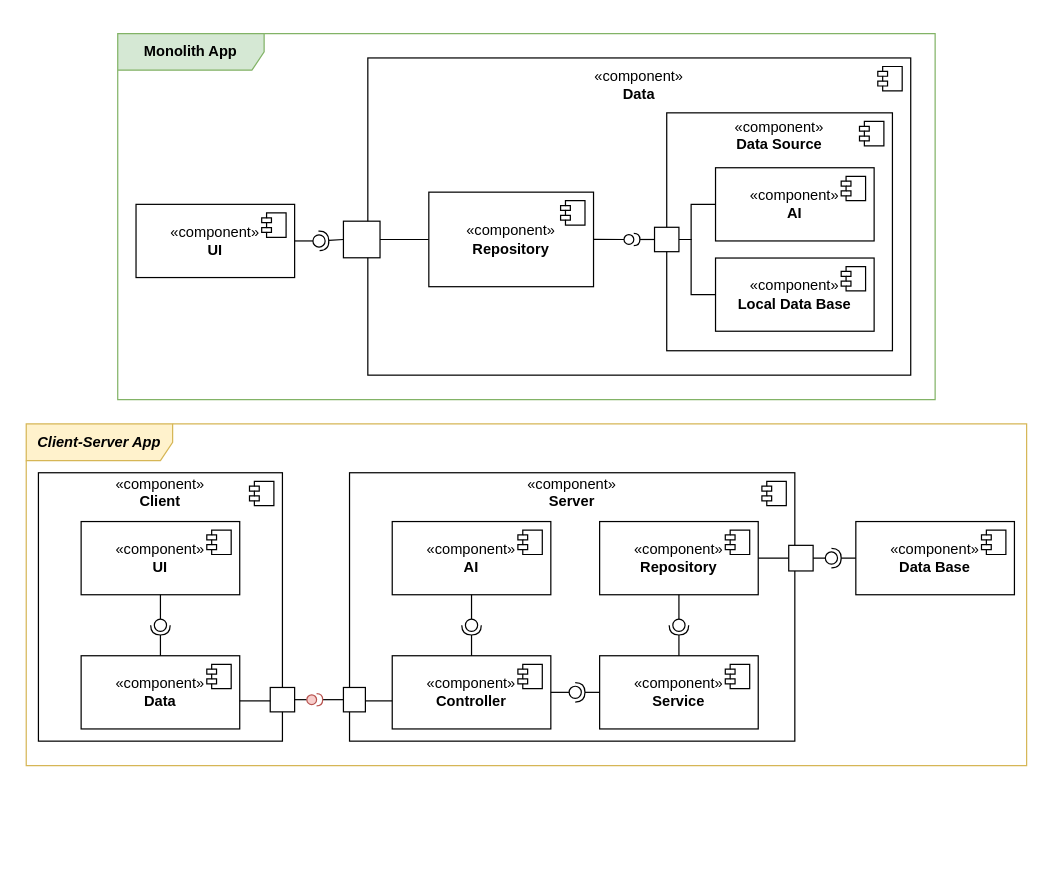
The draw.io diagram src/diagrams/system-type.drawio in AlexForLinux/ai-sstu-2025, before the edit. Source tidied: cells renumbered, new cells numbered last; positions are measured from the earlier drawing's top-left corner, leaving out a move shared by most shapes. Both pictures are drawn from the tidied source at 122%, with x=0, y=0 at pixel (26, 33).
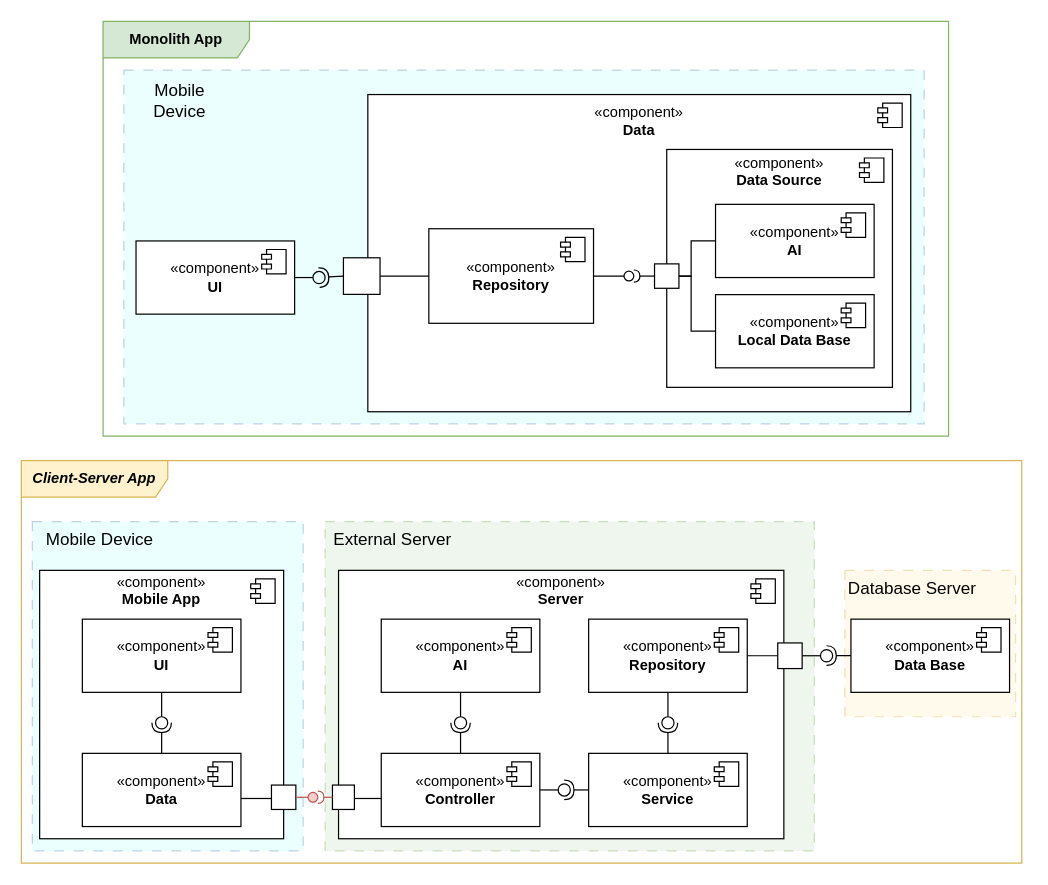
Above is the later version.

The edit, as a diff of the source:
```diff
@@
+    <mxCell id="73" style="rounded=0;whiteSpace=wrap;html=1;fillColor=#fff2cc;strokeColor=#d6b656;opacity=40;dashed=1;dashPattern=8 8;" parent="1" vertex="1">
+      <mxGeometry x="671" y="440" width="140" height="120" as="geometry" />
+    </mxCell>
+    <mxCell id="74" style="rounded=0;whiteSpace=wrap;html=1;fillColor=#d5e8d4;strokeColor=#82b366;opacity=40;dashed=1;dashPattern=8 8;" parent="1" vertex="1">
+      <mxGeometry x="245" y="400" width="401" height="270" as="geometry" />
+    </mxCell>
+    <mxCell id="75" style="rounded=0;whiteSpace=wrap;html=1;fillColor=#CCFFFF;strokeColor=#6c8ebf;opacity=40;dashed=1;dashPattern=8 8;" parent="1" vertex="1">
+      <mxGeometry x="5" y="400" width="222" height="270" as="geometry" />
+    </mxCell>
+    <mxCell id="76" style="rounded=0;whiteSpace=wrap;html=1;fillColor=#CCFFFF;strokeColor=#6c8ebf;opacity=40;dashed=1;dashPattern=8 8;" parent="1" vertex="1">
+      <mxGeometry x="80" y="30" width="656" height="290" as="geometry" />
+    </mxCell>
-    <mxCell id="2" value="«component»&lt;br&gt;&lt;b&gt;Client&lt;/b&gt;&lt;div&gt;&lt;b&gt;&lt;br&gt;&lt;/b&gt;&lt;/div&gt;&lt;div&gt;&lt;b&gt;&lt;br&gt;&lt;/b&gt;&lt;/div&gt;&lt;div&gt;&lt;b&gt;&lt;br&gt;&lt;/b&gt;&lt;/div&gt;&lt;div&gt;&lt;b&gt;&lt;br&gt;&lt;/b&gt;&lt;/div&gt;&lt;div&gt;&lt;b&gt;&lt;br&gt;&lt;/b&gt;&lt;/div&gt;&lt;div&gt;&lt;b&gt;&lt;br&gt;&lt;/b&gt;&lt;/div&gt;&lt;div&gt;&lt;b&gt;&lt;br&gt;&lt;/b&gt;&lt;/div&gt;&lt;div&gt;&lt;b&gt;&lt;br&gt;&lt;/b&gt;&lt;/div&gt;&lt;div&gt;&lt;b&gt;&lt;br&gt;&lt;/b&gt;&lt;/div&gt;&lt;div&gt;&lt;b&gt;&lt;br&gt;&lt;/b&gt;&lt;/div&gt;&lt;div&gt;&lt;b&gt;&lt;br&gt;&lt;/b&gt;&lt;/div&gt;&lt;div&gt;&lt;b&gt;&lt;br&gt;&lt;/b&gt;&lt;/div&gt;&lt;div&gt;&lt;b&gt;&lt;br&gt;&lt;/b&gt;&lt;/div&gt;" style="html=1;whiteSpace=wrap;" parent="1" vertex="1">
-      <mxGeometry x="10" y="360" width="200" height="220" as="geometry" />
+    <mxCell id="2" value="«component»&lt;br&gt;&lt;b&gt;Mobile App&lt;/b&gt;&lt;div&gt;&lt;b&gt;&lt;br&gt;&lt;/b&gt;&lt;/div&gt;&lt;div&gt;&lt;b&gt;&lt;br&gt;&lt;/b&gt;&lt;/div&gt;&lt;div&gt;&lt;b&gt;&lt;br&gt;&lt;/b&gt;&lt;/div&gt;&lt;div&gt;&lt;b&gt;&lt;br&gt;&lt;/b&gt;&lt;/div&gt;&lt;div&gt;&lt;b&gt;&lt;br&gt;&lt;/b&gt;&lt;/div&gt;&lt;div&gt;&lt;b&gt;&lt;br&gt;&lt;/b&gt;&lt;/div&gt;&lt;div&gt;&lt;b&gt;&lt;br&gt;&lt;/b&gt;&lt;/div&gt;&lt;div&gt;&lt;b&gt;&lt;br&gt;&lt;/b&gt;&lt;/div&gt;&lt;div&gt;&lt;b&gt;&lt;br&gt;&lt;/b&gt;&lt;/div&gt;&lt;div&gt;&lt;b&gt;&lt;br&gt;&lt;/b&gt;&lt;/div&gt;&lt;div&gt;&lt;b&gt;&lt;br&gt;&lt;/b&gt;&lt;/div&gt;&lt;div&gt;&lt;b&gt;&lt;br&gt;&lt;/b&gt;&lt;/div&gt;&lt;div&gt;&lt;b&gt;&lt;br&gt;&lt;/b&gt;&lt;/div&gt;" style="html=1;whiteSpace=wrap;" parent="1" vertex="1">
+      <mxGeometry x="11" y="440" width="200" height="220" as="geometry" />
     </mxCell>
@@
     <mxCell id="4" value="«component»&lt;br&gt;&lt;b&gt;UI&lt;/b&gt;" style="html=1;whiteSpace=wrap;" parent="1" vertex="1">
-      <mxGeometry x="45" y="400" width="130" height="60" as="geometry" />
+      <mxGeometry x="46" y="480" width="130" height="60" as="geometry" />
     </mxCell>
@@
     <mxCell id="6" value="«component»&lt;br&gt;&lt;b&gt;Data&lt;/b&gt;" style="html=1;whiteSpace=wrap;" parent="1" vertex="1">
-      <mxGeometry x="45" y="510" width="130" height="60" as="geometry" />
+      <mxGeometry x="46" y="590" width="130" height="60" as="geometry" />
     </mxCell>
@@
     <mxCell id="10" style="ellipse;whiteSpace=wrap;html=1;align=center;fillColor=none;strokeColor=none;perimeter=centerPerimeter;points=[];outlineConnect=1;" parent="1" vertex="1">
-      <mxGeometry x="105" y="480" width="10" height="10" as="geometry" />
+      <mxGeometry x="106" y="560" width="10" height="10" as="geometry" />
     </mxCell>
     <mxCell id="11" value="«component»&lt;br&gt;&lt;b&gt;Server&lt;/b&gt;&lt;div&gt;&lt;div&gt;&lt;b&gt;&lt;br&gt;&lt;/b&gt;&lt;/div&gt;&lt;div&gt;&lt;b&gt;&lt;br&gt;&lt;/b&gt;&lt;/div&gt;&lt;div&gt;&lt;b&gt;&lt;br&gt;&lt;/b&gt;&lt;/div&gt;&lt;div&gt;&lt;b&gt;&lt;br&gt;&lt;/b&gt;&lt;/div&gt;&lt;div&gt;&lt;b&gt;&lt;br&gt;&lt;/b&gt;&lt;/div&gt;&lt;div&gt;&lt;b&gt;&lt;br&gt;&lt;/b&gt;&lt;/div&gt;&lt;div&gt;&lt;b&gt;&lt;br&gt;&lt;/b&gt;&lt;/div&gt;&lt;div&gt;&lt;b&gt;&lt;br&gt;&lt;/b&gt;&lt;/div&gt;&lt;div&gt;&lt;b&gt;&lt;br&gt;&lt;/b&gt;&lt;/div&gt;&lt;div&gt;&lt;b&gt;&lt;br&gt;&lt;/b&gt;&lt;/div&gt;&lt;div&gt;&lt;b&gt;&lt;br&gt;&lt;/b&gt;&lt;/div&gt;&lt;div&gt;&lt;b&gt;&lt;br&gt;&lt;/b&gt;&lt;/div&gt;&lt;div&gt;&lt;b&gt;&lt;br&gt;&lt;/b&gt;&lt;/div&gt;&lt;/div&gt;" style="html=1;whiteSpace=wrap;" parent="1" vertex="1">
-      <mxGeometry x="265" y="360" width="365" height="220" as="geometry" />
+      <mxGeometry x="256" y="440" width="365" height="220" as="geometry" />
     </mxCell>
@@
     <mxCell id="13" value="«component»&lt;br&gt;&lt;b&gt;Controller&lt;/b&gt;" style="html=1;whiteSpace=wrap;" parent="1" vertex="1">
-      <mxGeometry x="300" y="510" width="130" height="60" as="geometry" />
+      <mxGeometry x="291" y="590" width="130" height="60" as="geometry" />
     </mxCell>
@@
     <mxCell id="15" value="«component»&lt;br&gt;&lt;b&gt;AI&lt;/b&gt;" style="html=1;whiteSpace=wrap;" parent="1" vertex="1">
-      <mxGeometry x="300" y="400" width="130" height="60" as="geometry" />
+      <mxGeometry x="291" y="480" width="130" height="60" as="geometry" />
     </mxCell>
@@
     <mxCell id="17" value="«component»&lt;br&gt;&lt;b&gt;Service&lt;/b&gt;" style="html=1;whiteSpace=wrap;" parent="1" vertex="1">
-      <mxGeometry x="470" y="510" width="130" height="60" as="geometry" />
+      <mxGeometry x="461" y="590" width="130" height="60" as="geometry" />
     </mxCell>
@@
     <mxCell id="20" value="«component»&lt;br&gt;&lt;b&gt;Repository&lt;/b&gt;" style="html=1;whiteSpace=wrap;" parent="1" vertex="1">
-      <mxGeometry x="470" y="400" width="130" height="60" as="geometry" />
+      <mxGeometry x="461" y="480" width="130" height="60" as="geometry" />
     </mxCell>
@@
     <mxCell id="24" style="ellipse;whiteSpace=wrap;html=1;align=center;fillColor=none;strokeColor=none;perimeter=centerPerimeter;points=[];outlineConnect=1;" parent="1" vertex="1">
-      <mxGeometry x="360" y="480" width="10" height="10" as="geometry" />
+      <mxGeometry x="351" y="560" width="10" height="10" as="geometry" />
     </mxCell>
     <mxCell id="25" style="ellipse;whiteSpace=wrap;html=1;align=center;fillColor=none;strokeColor=none;perimeter=centerPerimeter;" parent="1" vertex="1">
-      <mxGeometry x="435" y="590" width="10" height="10" as="geometry" />
+      <mxGeometry x="425" y="640" width="10" height="10" as="geometry" />
     </mxCell>
     <mxCell id="26" style="html=1;rounded=0;" parent="1" vertex="1">
-      <mxGeometry x="200" y="536" width="20" height="20" as="geometry" />
+      <mxGeometry x="201" y="616" width="20" height="20" as="geometry" />
     </mxCell>
-    <mxCell id="27" style="endArrow=none;html=1;rounded=0;align=center;verticalAlign=top;endFill=0;labelBackgroundColor=none;endSize=2;" parent="1" edge="1" source="26" target="28">
+    <mxCell id="27" style="endArrow=none;html=1;rounded=0;align=center;verticalAlign=top;endFill=0;labelBackgroundColor=none;endSize=2;fillColor=#f8cecc;strokeColor=#b85450;" parent="1" edge="1" source="26" target="28">
       <mxGeometry relative="1" as="geometry" />
     </mxCell>
     <mxCell id="28" style="ellipse;html=1;fontSize=11;align=center;fillColor=#f8cecc;points=[];verticalAlign=bottom;labelPosition=center;verticalLabelPosition=top;flipH=1;strokeColor=#b85450;" parent="1" vertex="1">
-      <mxGeometry x="230" y="542" width="8" height="8" as="geometry" />
+      <mxGeometry x="231" y="622" width="8" height="8" as="geometry" />
     </mxCell>
     <mxCell id="29" style="html=1;rounded=0;" parent="1" vertex="1">
-      <mxGeometry x="260" y="536" width="18" height="20" as="geometry" />
+      <mxGeometry x="251" y="616" width="18" height="20" as="geometry" />
     </mxCell>
-    <mxCell id="30" style="endArrow=none;html=1;rounded=0;align=center;verticalAlign=top;endFill=0;labelBackgroundColor=none;endSize=2;" parent="1" edge="1" source="29" target="31">
+    <mxCell id="30" style="endArrow=none;html=1;rounded=0;align=center;verticalAlign=top;endFill=0;labelBackgroundColor=none;endSize=2;fillColor=#f8cecc;strokeColor=#b85450;" parent="1" edge="1" source="29" target="31">
       <mxGeometry relative="1" as="geometry" />
     </mxCell>
     <mxCell id="31" style="shape=requiredInterface;html=1;fontSize=11;align=center;fillColor=#f8cecc;points=[];verticalAlign=bottom;labelPosition=center;verticalLabelPosition=top;flipH=1;rotation=-180;strokeColor=#b85450;" parent="1" vertex="1">
-      <mxGeometry x="238" y="541" width="5" height="10" as="geometry" />
+      <mxGeometry x="239" y="621" width="5" height="10" as="geometry" />
     </mxCell>
     <mxCell id="32" style="line;strokeWidth=1;fillColor=none;align=left;verticalAlign=middle;spacingTop=-1;spacingLeft=3;spacingRight=3;labelPosition=right;strokeColor=inherit;" parent="1" vertex="1">
-      <mxGeometry x="175" y="543" width="25" height="8" as="geometry" />
+      <mxGeometry x="176" y="623" width="25" height="8" as="geometry" />
     </mxCell>
     <mxCell id="33" style="line;strokeWidth=1;fillColor=none;align=left;verticalAlign=middle;spacingTop=-1;spacingLeft=3;spacingRight=3;labelPosition=right;strokeColor=inherit;" parent="1" vertex="1">
-      <mxGeometry x="278" y="543" width="22" height="8" as="geometry" />
+      <mxGeometry x="269" y="623" width="22" height="8" as="geometry" />
     </mxCell>
     <mxCell id="34" value="«component»&lt;br&gt;&lt;b&gt;Data Base&lt;/b&gt;" style="html=1;whiteSpace=wrap;" parent="1" vertex="1">
-      <mxGeometry x="680" y="400" width="130" height="60" as="geometry" />
+      <mxGeometry x="676" y="480" width="130" height="60" as="geometry" />
     </mxCell>
@@
     <mxCell id="38" style="ellipse;whiteSpace=wrap;html=1;align=center;fillColor=none;strokeColor=none;perimeter=centerPerimeter;points=[];outlineConnect=1;" parent="1" vertex="1">
-      <mxGeometry x="445" y="535" width="10" height="10" as="geometry" />
+      <mxGeometry x="436" y="615" width="10" height="10" as="geometry" />
     </mxCell>
     <mxCell id="39" style="html=1;rounded=0;" parent="1" vertex="1">
-      <mxGeometry x="625" y="419.5" width="20" height="21" as="geometry" />
+      <mxGeometry x="616" y="499.5" width="20" height="21" as="geometry" />
     </mxCell>
     <mxCell id="40" value="«component»&lt;br&gt;&lt;b&gt;UI&lt;/b&gt;" style="html=1;whiteSpace=wrap;" parent="1" vertex="1">
-      <mxGeometry x="90" y="140" width="130" height="60" as="geometry" />
+      <mxGeometry x="90" y="170" width="130" height="60" as="geometry" />
     </mxCell>
@@
     <mxCell id="42" value="«component»&lt;br&gt;&lt;b&gt;Data&lt;/b&gt;&lt;div&gt;&lt;br&gt;&lt;/div&gt;&lt;div&gt;&lt;b&gt;&lt;br&gt;&lt;/b&gt;&lt;/div&gt;&lt;div&gt;&lt;b&gt;&lt;br&gt;&lt;/b&gt;&lt;/div&gt;&lt;div&gt;&lt;b&gt;&lt;br&gt;&lt;/b&gt;&lt;/div&gt;&lt;div&gt;&lt;b&gt;&lt;br&gt;&lt;/b&gt;&lt;/div&gt;&lt;div&gt;&lt;b&gt;&lt;br&gt;&lt;/b&gt;&lt;/div&gt;&lt;div&gt;&lt;b&gt;&lt;br&gt;&lt;/b&gt;&lt;/div&gt;&lt;div&gt;&lt;b&gt;&lt;br&gt;&lt;/b&gt;&lt;/div&gt;&lt;div&gt;&lt;b&gt;&lt;br&gt;&lt;/b&gt;&lt;/div&gt;&lt;div&gt;&lt;b&gt;&lt;br&gt;&lt;/b&gt;&lt;/div&gt;&lt;div&gt;&lt;b&gt;&lt;br&gt;&lt;/b&gt;&lt;/div&gt;&lt;div&gt;&lt;b&gt;&lt;br&gt;&lt;/b&gt;&lt;/div&gt;&lt;div&gt;&lt;b&gt;&lt;br&gt;&lt;/b&gt;&lt;/div&gt;&lt;div&gt;&lt;b&gt;&lt;br&gt;&lt;/b&gt;&lt;/div&gt;&lt;div&gt;&lt;b&gt;&lt;br&gt;&lt;/b&gt;&lt;/div&gt;" style="html=1;whiteSpace=wrap;" parent="1" vertex="1">
-      <mxGeometry x="280" y="20" width="445" height="260" as="geometry" />
+      <mxGeometry x="280" y="50" width="445" height="260" as="geometry" />
     </mxCell>
@@
     <mxCell id="45" value="«component»&lt;br&gt;&lt;b&gt;Repository&lt;/b&gt;" style="html=1;whiteSpace=wrap;" parent="1" vertex="1">
-      <mxGeometry x="330" y="130" width="135" height="77.5" as="geometry" />
+      <mxGeometry x="330" y="160" width="135" height="77.5" as="geometry" />
     </mxCell>
@@
     <mxCell id="47" value="«component»&lt;br&gt;&lt;b&gt;Data Source&lt;/b&gt;&lt;div&gt;&lt;br&gt;&lt;/div&gt;&lt;div&gt;&lt;b&gt;&lt;br&gt;&lt;/b&gt;&lt;/div&gt;&lt;div&gt;&lt;b&gt;&lt;br&gt;&lt;/b&gt;&lt;/div&gt;&lt;div&gt;&lt;b&gt;&lt;br&gt;&lt;/b&gt;&lt;/div&gt;&lt;div&gt;&lt;b&gt;&lt;br&gt;&lt;/b&gt;&lt;/div&gt;&lt;div&gt;&lt;br&gt;&lt;/div&gt;&lt;div&gt;&lt;br&gt;&lt;/div&gt;&lt;div&gt;&lt;br&gt;&lt;/div&gt;&lt;div&gt;&lt;br&gt;&lt;/div&gt;&lt;div&gt;&lt;br&gt;&lt;/div&gt;&lt;div&gt;&lt;br&gt;&lt;/div&gt;" style="html=1;whiteSpace=wrap;" parent="1" vertex="1">
-      <mxGeometry x="525" y="65" width="185" height="195" as="geometry" />
+      <mxGeometry x="525" y="95" width="185" height="195" as="geometry" />
     </mxCell>
@@
     <mxCell id="50" value="«component»&lt;br&gt;&lt;b&gt;AI&lt;/b&gt;" style="html=1;whiteSpace=wrap;" parent="1" vertex="1">
-      <mxGeometry x="565" y="110" width="130" height="60" as="geometry" />
+      <mxGeometry x="565" y="140" width="130" height="60" as="geometry" />
     </mxCell>
@@
     <mxCell id="53" value="«component»&lt;br&gt;&lt;b&gt;Local Data Base&lt;/b&gt;" style="html=1;whiteSpace=wrap;" parent="1" vertex="1">
-      <mxGeometry x="565" y="184" width="130" height="60" as="geometry" />
+      <mxGeometry x="565" y="214" width="130" height="60" as="geometry" />
     </mxCell>
@@
     <mxCell id="55" value="&lt;b&gt;&lt;i&gt;Client-Server App&lt;/i&gt;&lt;/b&gt;" style="shape=umlFrame;whiteSpace=wrap;html=1;width=120;height=30;fillColor=#fff2cc;strokeColor=#d6b656;" parent="1" vertex="1">
-      <mxGeometry y="320" width="820" height="280" as="geometry" />
+      <mxGeometry x="-4" y="350" width="820" height="330" as="geometry" />
     </mxCell>
@@
     <mxCell id="57" style="ellipse;html=1;fontSize=11;align=center;fillColor=none;points=[];verticalAlign=bottom;labelPosition=center;verticalLabelPosition=top;flipH=1;" parent="1" vertex="1">
-      <mxGeometry x="490" y="164.8" width="8" height="8" as="geometry" />
+      <mxGeometry x="490" y="194.8" width="8" height="8" as="geometry" />
     </mxCell>
     <mxCell id="58" style="html=1;rounded=0;" parent="1" vertex="1">
-      <mxGeometry x="515" y="158.8" width="20" height="20" as="geometry" />
+      <mxGeometry x="515" y="188.8" width="20" height="20" as="geometry" />
     </mxCell>
@@
     <mxCell id="60" style="shape=requiredInterface;html=1;fontSize=11;align=center;fillColor=none;points=[];verticalAlign=bottom;labelPosition=center;verticalLabelPosition=top;flipH=1;rotation=-180;" parent="1" vertex="1">
-      <mxGeometry x="498" y="163.8" width="5" height="10" as="geometry" />
+      <mxGeometry x="498" y="193.8" width="5" height="10" as="geometry" />
     </mxCell>
     <mxCell id="61" style="html=1;rounded=0;" parent="1" vertex="1">
-      <mxGeometry x="260" y="153.8" width="30" height="30" as="geometry" />
+      <mxGeometry x="260" y="183.8" width="30" height="30" as="geometry" />
     </mxCell>
     <mxCell id="62" style="rounded=0;jettySize=auto;html=1;endArrow=halfCircle;endFill=0;endSize=6;strokeWidth=1;sketch=0;exitX=0;exitY=0.5;exitDx=0;exitDy=0;" parent="1" edge="1" source="65">
       <mxGeometry relative="1" as="geometry">
-        <mxPoint x="240" y="170" as="targetPoint" />
+        <mxPoint x="240" y="200" as="targetPoint" />
       </mxGeometry>
     </mxCell>
@@
     <mxCell id="65" style="ellipse;whiteSpace=wrap;html=1;align=center;fillColor=none;strokeColor=none;perimeter=centerPerimeter;points=[];outlineConnect=1;" parent="1" vertex="1">
-      <mxGeometry x="235" y="165" width="10" height="10" as="geometry" />
+      <mxGeometry x="235" y="195" width="10" height="10" as="geometry" />
     </mxCell>
     <mxCell id="66" value="&lt;b&gt;Monolith App&lt;/b&gt;" style="shape=umlFrame;whiteSpace=wrap;html=1;width=120;height=30;fillColor=#d5e8d4;strokeColor=#82b366;" parent="1" vertex="1">
-      <mxGeometry x="75" width="670" height="300" as="geometry" />
+      <mxGeometry x="63" y="-10" width="693" height="340" as="geometry" />
     </mxCell>
@@
     <mxCell id="69" style="ellipse;whiteSpace=wrap;html=1;align=center;fillColor=none;strokeColor=none;perimeter=centerPerimeter;points=[];outlineConnect=1;" parent="1" vertex="1">
-      <mxGeometry x="530" y="480" width="10" height="10" as="geometry" />
+      <mxGeometry x="521" y="560" width="10" height="10" as="geometry" />
     </mxCell>
-    <mxCell id="70" style="rounded=0;jettySize=auto;html=1;endArrow=halfCircle;endFill=0;endSize=6;strokeWidth=1;sketch=0;exitX=0;exitY=0.5;exitDx=0;exitDy=0;" parent="1" edge="1" source="34">
+    <mxCell id="70" style="rounded=0;orthogonalLoop=1;jettySize=auto;html=1;endArrow=halfCircle;endFill=0;endSize=6;strokeWidth=1;sketch=0;exitX=0;exitY=0.5;exitDx=0;exitDy=0;" parent="1" edge="1">
       <mxGeometry relative="1" as="geometry">
-        <mxPoint x="660" y="429.9" as="targetPoint" />
+        <mxPoint x="676" y="509.9" as="sourcePoint" />
+        <mxPoint x="656" y="509.8" as="targetPoint" />
         <Array as="points">
-          <mxPoint x="660" y="429.9" />
+          <mxPoint x="656" y="509.8" />
         </Array>
       </mxGeometry>
     </mxCell>
     <mxCell id="71" style="rounded=0;jettySize=auto;html=1;endArrow=oval;endFill=0;sketch=0;sourcePerimeterSpacing=0;targetPerimeterSpacing=0;endSize=10;exitX=1;exitY=0.5;exitDx=0;exitDy=0;" parent="1" edge="1" source="39">
       <mxGeometry relative="1" as="geometry">
-        <mxPoint x="660" y="429.9" as="targetPoint" />
+        <mxPoint x="656" y="510" as="targetPoint" />
       </mxGeometry>
     </mxCell>
     <mxCell id="72" style="ellipse;whiteSpace=wrap;html=1;align=center;fillColor=none;strokeColor=none;perimeter=centerPerimeter;" parent="1" vertex="1">
-      <mxGeometry x="675" y="425" width="10" height="10" as="geometry" />
+      <mxGeometry x="676" y="505" width="10" height="10" as="geometry" />
     </mxCell>
+    <mxCell id="77" value="&lt;font style=&quot;font-size: 14px;&quot;&gt;Mobile Device&lt;/font&gt;" style="text;html=1;whiteSpace=wrap;strokeColor=none;fillColor=none;align=center;verticalAlign=middle;rounded=0;" parent="1" vertex="1">
+      <mxGeometry x="96" y="40" width="60" height="30" as="geometry" />
+    </mxCell>
+    <mxCell id="78" value="&lt;font style=&quot;font-size: 14px;&quot;&gt;Mobile Device&lt;/font&gt;" style="text;html=1;whiteSpace=wrap;strokeColor=none;fillColor=none;align=center;verticalAlign=middle;rounded=0;" parent="1" vertex="1">
+      <mxGeometry x="5" y="400" width="111" height="30" as="geometry" />
+    </mxCell>
+    <mxCell id="79" value="&lt;font style=&quot;font-size: 14px;&quot;&gt;External Server&lt;/font&gt;" style="text;html=1;whiteSpace=wrap;strokeColor=none;fillColor=none;align=center;verticalAlign=middle;rounded=0;" parent="1" vertex="1">
+      <mxGeometry x="245" y="400" width="111" height="30" as="geometry" />
+    </mxCell>
+    <mxCell id="80" value="&lt;font style=&quot;font-size: 14px;&quot;&gt;Database Server&lt;/font&gt;" style="text;html=1;whiteSpace=wrap;strokeColor=none;fillColor=none;align=center;verticalAlign=middle;rounded=0;" parent="1" vertex="1">
+      <mxGeometry x="671" y="440" width="111" height="30" as="geometry" />
+    </mxCell>
```
